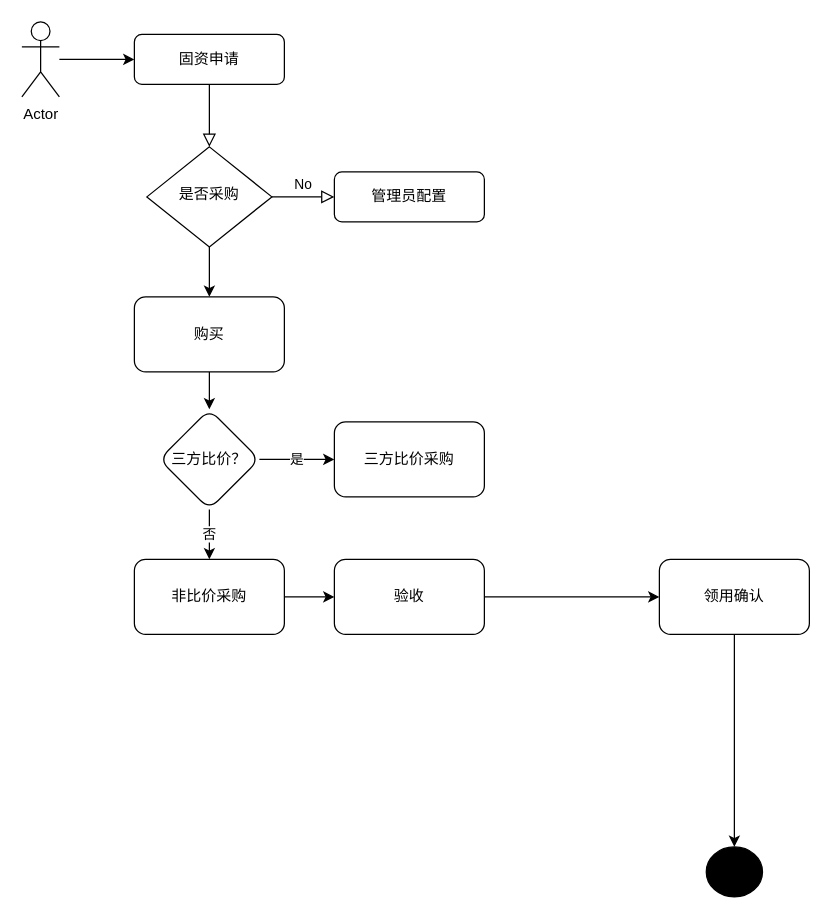
Above: 未命名绘图.drawio in cgrlancer/draw.io (draw.io), before the change. Source tidied: cells renumbered, new cells numbered last; positions are measured from the earlier drawing's top-left corner, leaving out a move shared by most shapes. Both pictures are drawn from the tidied source at 125%, with x=0, y=0 at pixel (21, 21).
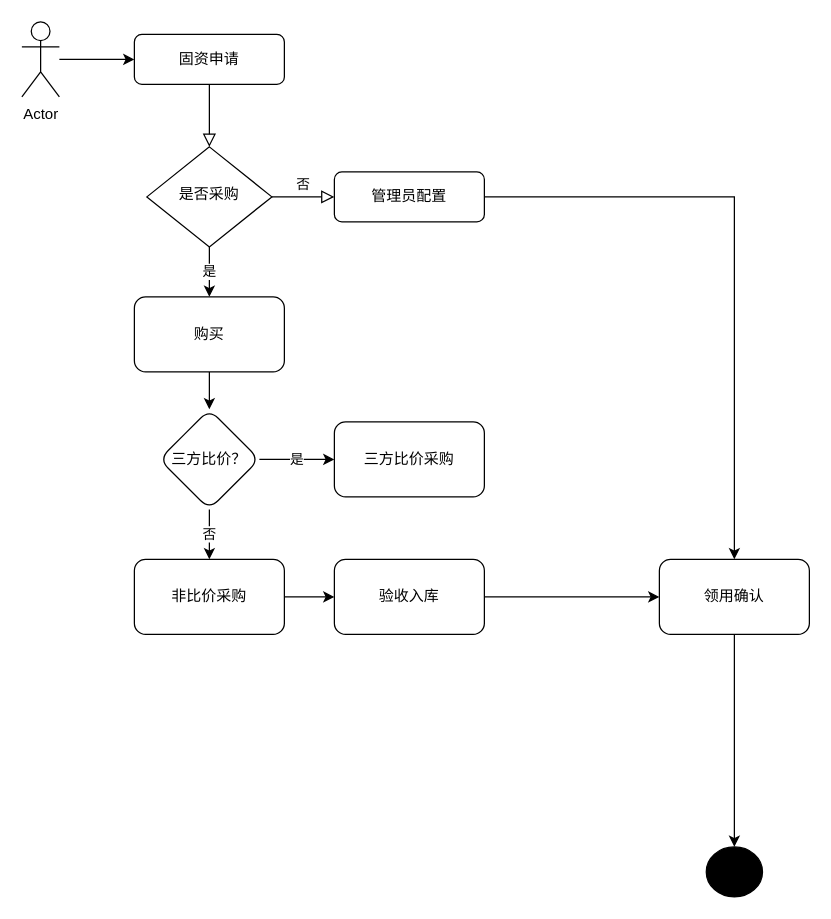
Above is the later version.

Commit message:
更新未命名绘图.drawio

Unchanged cells that the change refers to:
```xml
<mxCell id="6" value="是否采购" style="rhombus;whiteSpace=wrap;html=1;shadow=0;fontFamily=Helvetica;fontSize=12;align=center;strokeWidth=1;spacing=6;spacingTop=-4;" parent="1" vertex="1">
  <mxGeometry x="100" y="100" width="100" height="80" as="geometry" />
</mxCell>
<mxCell id="7" value="管理员配置" style="rounded=1;whiteSpace=wrap;html=1;fontSize=12;glass=0;strokeWidth=1;shadow=0;" parent="1" vertex="1">
  <mxGeometry x="250" y="120" width="120" height="40" as="geometry" />
</mxCell>
<mxCell id="13" value="购买" style="rounded=1;whiteSpace=wrap;html=1;" parent="1" vertex="1">
  <mxGeometry x="90" y="220" width="120" height="60" as="geometry" />
</mxCell>
<mxCell id="15" value="领用确认" style="whiteSpace=wrap;html=1;rounded=1;glass=0;strokeWidth=1;shadow=0;" parent="1" vertex="1">
  <mxGeometry x="510" y="430" width="120" height="60" as="geometry" />
</mxCell>
```

The edit, as a diff of the source:
```diff
@@
-    <mxCell id="4" value="No" style="edgeStyle=orthogonalEdgeStyle;rounded=0;html=1;jettySize=auto;fontSize=11;endArrow=block;endFill=0;endSize=8;strokeWidth=1;shadow=0;labelBackgroundColor=none;" parent="1" edge="1" source="6" target="7">
+    <mxCell id="4" value="否" style="edgeStyle=orthogonalEdgeStyle;rounded=0;html=1;jettySize=auto;fontSize=11;endArrow=block;endFill=0;endSize=8;strokeWidth=1;shadow=0;labelBackgroundColor=none;" parent="1" edge="1" source="6" target="7">
       <mxGeometry y="10" relative="1" as="geometry" />
     </mxCell>
-    <mxCell id="5" style="edgeStyle=orthogonalEdgeStyle;rounded=0;jettySize=auto;html=1;" parent="1" edge="1" source="6" target="13">
+    <mxCell id="5" value="是" style="edgeStyle=orthogonalEdgeStyle;rounded=0;jettySize=auto;html=1;" parent="1" edge="1" source="6" target="13">
       <mxGeometry relative="1" as="geometry" />
     </mxCell>
@@
+    <mxCell id="23" style="edgeStyle=orthogonalEdgeStyle;rounded=0;jettySize=auto;html=1;" parent="1" edge="1" source="7" target="15">
+      <mxGeometry relative="1" as="geometry" />
+    </mxCell>
@@
-    <mxCell id="9" value="验收" style="rounded=1;whiteSpace=wrap;html=1;fontSize=12;glass=0;strokeWidth=1;shadow=0;" parent="1" vertex="1">
+    <mxCell id="9" value="验收入库" style="rounded=1;whiteSpace=wrap;html=1;fontSize=12;glass=0;strokeWidth=1;shadow=0;" parent="1" vertex="1">
       <mxGeometry x="250" y="430" width="120" height="60" as="geometry" />
     </mxCell>
```
